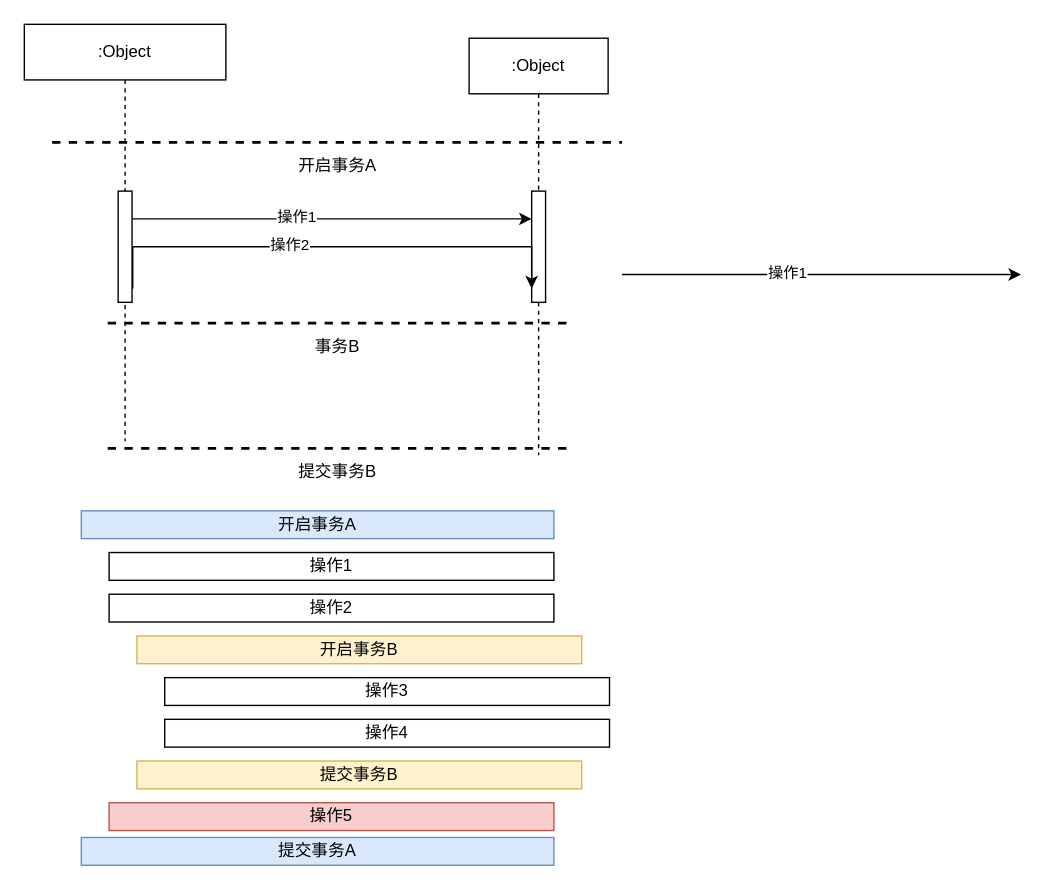
This is assets/uml/Untitled Diagram.drawio from vic-caopengfei/vic-caopengfei.github.io, a draw.io file, before an edit. Source tidied: cells renumbered, new cells numbered last; positions are measured from the earlier drawing's top-left corner, leaving out a move shared by most shapes. Both pictures are drawn from the tidied source at 139%, with x=0, y=0 at pixel (24, 24).
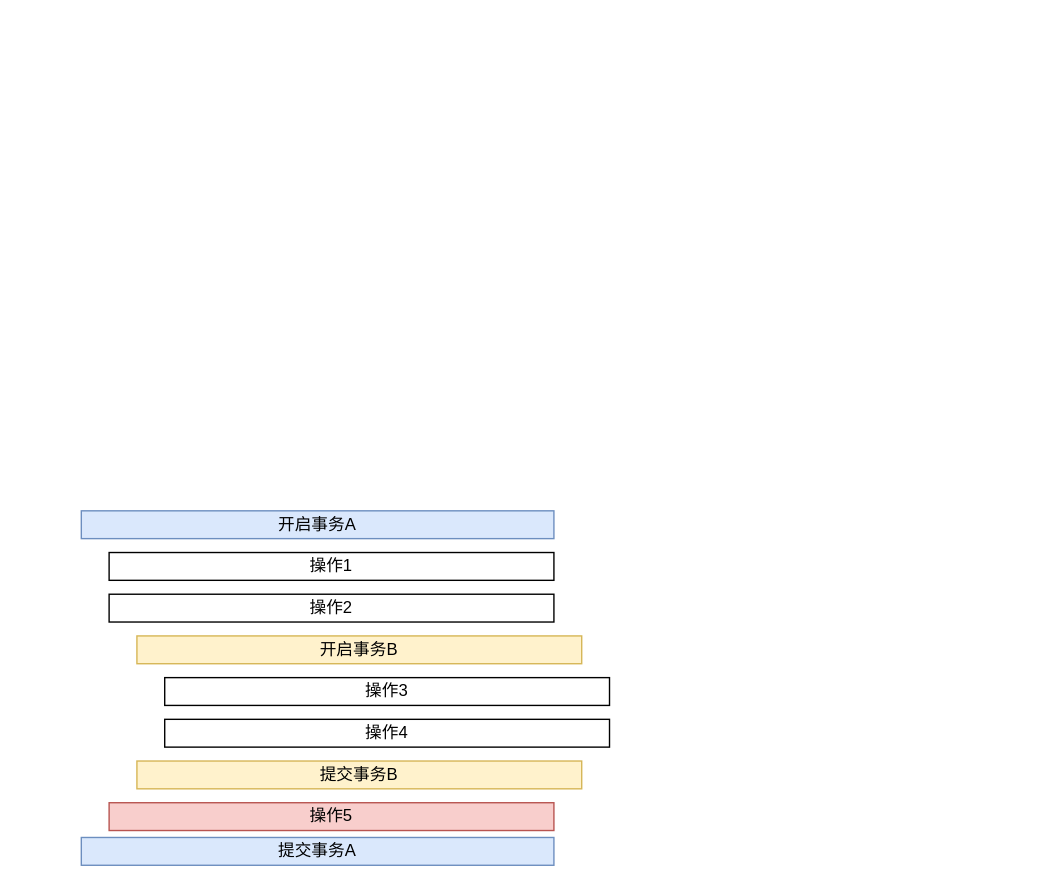
Above is the later version.

Change to the diagram source:
```diff
@@
-    <mxCell id="2" value=":Object" style="shape=umlLifeline;perimeter=lifelinePerimeter;whiteSpace=wrap;html=1;newEdgeStyle={&quot;edgeStyle&quot;:&quot;elbowEdgeStyle&quot;,&quot;elbow&quot;:&quot;vertical&quot;,&quot;curved&quot;:0,&quot;rounded&quot;:0};" parent="1" vertex="1">
-      <mxGeometry width="145" height="300" as="geometry" />
-    </mxCell>
-    <mxCell id="3" style="html=1;points=[];perimeter=orthogonalPerimeter;outlineConnect=0;targetShapes=umlLifeline;portConstraint=eastwest;newEdgeStyle={&quot;edgeStyle&quot;:&quot;elbowEdgeStyle&quot;,&quot;elbow&quot;:&quot;vertical&quot;,&quot;curved&quot;:0,&quot;rounded&quot;:0};" parent="2" vertex="1">
-      <mxGeometry x="67.5" y="120" width="10" height="80" as="geometry" />
-    </mxCell>
-    <mxCell id="4" value=":Object" style="shape=umlLifeline;perimeter=lifelinePerimeter;whiteSpace=wrap;html=1;newEdgeStyle={&quot;edgeStyle&quot;:&quot;elbowEdgeStyle&quot;,&quot;elbow&quot;:&quot;vertical&quot;,&quot;curved&quot;:0,&quot;rounded&quot;:0};" parent="1" vertex="1">
-      <mxGeometry x="320" y="10" width="100" height="300" as="geometry" />
-    </mxCell>
-    <mxCell id="5" style="html=1;points=[];perimeter=orthogonalPerimeter;outlineConnect=0;targetShapes=umlLifeline;portConstraint=eastwest;newEdgeStyle={&quot;edgeStyle&quot;:&quot;elbowEdgeStyle&quot;,&quot;elbow&quot;:&quot;vertical&quot;,&quot;curved&quot;:0,&quot;rounded&quot;:0};" parent="4" vertex="1">
-      <mxGeometry x="45" y="110" width="10" height="80" as="geometry" />
-    </mxCell>
-    <mxCell id="6" style="edgeStyle=elbowEdgeStyle;rounded=0;jettySize=auto;html=1;elbow=vertical;curved=0;" parent="1" edge="1" source="3" target="5">
-      <mxGeometry relative="1" as="geometry">
-        <Array as="points">
-          <mxPoint x="260" y="140" />
-        </Array>
-      </mxGeometry>
-    </mxCell>
-    <mxCell id="7" value="操作1" style="edgeLabel;html=1;align=center;verticalAlign=middle;" parent="6" vertex="1">
-      <mxGeometry x="-0.18" y="2" relative="1" as="geometry" />
-    </mxCell>
-    <mxCell id="8" style="edgeStyle=elbowEdgeStyle;rounded=0;orthogonalLoop=1;jettySize=auto;html=1;elbow=vertical;curved=0;" parent="1" edge="1">
-      <mxGeometry relative="1" as="geometry">
-        <mxPoint x="78" y="190" as="sourcePoint" />
-        <mxPoint x="365" y="190" as="targetPoint" />
-        <Array as="points">
-          <mxPoint x="230" y="160" />
-        </Array>
-      </mxGeometry>
-    </mxCell>
-    <mxCell id="9" value="操作2" style="edgeLabel;html=1;align=center;verticalAlign=middle;" parent="8" vertex="1">
-      <mxGeometry x="-0.18" y="2" relative="1" as="geometry" />
-    </mxCell>
-    <mxCell id="10" value="开启事务A" style="line;strokeWidth=2;html=1;dashed=1;" parent="1" vertex="1">
-      <mxGeometry x="20" y="80" width="410" height="10" as="geometry" />
-    </mxCell>
-    <mxCell id="11" value="事务B" style="line;strokeWidth=2;html=1;dashed=1;" parent="1" vertex="1">
-      <mxGeometry x="60" y="210" width="330" height="10" as="geometry" />
-    </mxCell>
-    <mxCell id="12" value="提交事务B" style="line;strokeWidth=2;html=1;dashed=1;" parent="1" vertex="1">
-      <mxGeometry x="60" y="300" width="330" height="10" as="geometry" />
-    </mxCell>
-    <mxCell id="13" style="edgeStyle=elbowEdgeStyle;rounded=0;orthogonalLoop=1;jettySize=auto;html=1;elbow=vertical;curved=0;" parent="1" edge="1">
-      <mxGeometry relative="1" as="geometry">
-        <mxPoint x="430" y="180" as="sourcePoint" />
-        <mxPoint x="717" y="180" as="targetPoint" />
-        <Array as="points">
-          <mxPoint x="612" y="180" />
-        </Array>
-      </mxGeometry>
-    </mxCell>
-    <mxCell id="14" value="操作1" style="edgeLabel;html=1;align=center;verticalAlign=middle;" parent="13" vertex="1">
-      <mxGeometry x="-0.18" y="2" relative="1" as="geometry" />
-    </mxCell>
```
